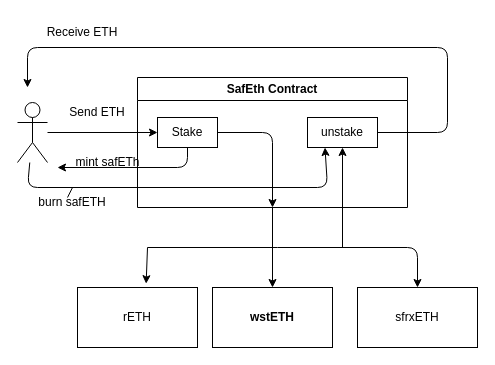
Earlier version of the draw.io diagram assets/SafEth-Architecture.drawio (asymmetryfinance/safeth). Source tidied: cells renumbered, new cells numbered last; positions are measured from the earlier drawing's top-left corner, leaving out a move shared by most shapes. Both pictures are drawn from the tidied source at 100%, with x=0, y=0 at pixel (17, 17).
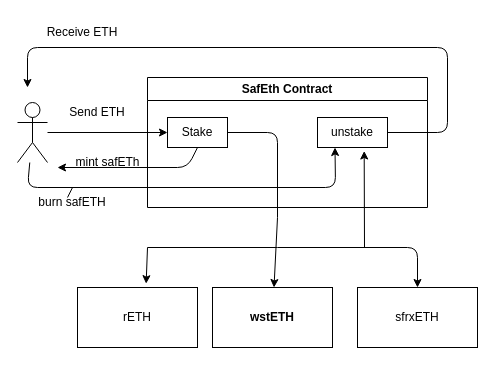
After the change.

The change refers to these unchanged cells:
```xml
<mxCell id="3" style="shape=umlActor;verticalLabelPosition=bottom;verticalAlign=top;html=1;outlineConnect=0;" parent="1" vertex="1">
  <mxGeometry y="85" width="30" height="60" as="geometry" />
</mxCell>
<mxCell id="7" value="Stake" style="rounded=0;whiteSpace=wrap;html=1;" parent="6" vertex="1">
  <mxGeometry x="20" y="40" width="60" height="30" as="geometry" />
</mxCell>
<mxCell id="8" value="unstake" style="rounded=0;whiteSpace=wrap;html=1;" parent="6" vertex="1">
  <mxGeometry x="170" y="40" width="70" height="30" as="geometry" />
</mxCell>
<mxCell id="10" value="Send ETH" style="text;html=1;strokeColor=none;fillColor=none;align=center;verticalAlign=middle;whiteSpace=wrap;rounded=0;" parent="1" vertex="1">
  <mxGeometry x="50" y="80" width="60" height="30" as="geometry" />
</mxCell>
<mxCell id="12" value="wstETH" style="whiteSpace=wrap;html=1;fontStyle=1;startSize=23;" parent="1" vertex="1">
  <mxGeometry x="195" y="270" width="120" height="60" as="geometry" />
</mxCell>
```

The edit, as a diff of the source:
```diff
@@
-    <mxCell id="4" style="edgeStyle=none;html=1;" parent="1" edge="1" source="6" target="12">
-      <mxGeometry relative="1" as="geometry" />
+    <mxCell id="4" style="edgeStyle=none;html=1;" parent="1" edge="1" target="12">
+      <mxGeometry relative="1" as="geometry">
+        <mxPoint x="260" y="200" as="sourcePoint" />
+      </mxGeometry>
     </mxCell>
@@
     <mxCell id="6" value="SafEth Contract" style="swimlane;whiteSpace=wrap;html=1;" parent="1" vertex="1">
-      <mxGeometry x="120" y="60" width="270" height="130" as="geometry" />
+      <mxGeometry x="130" y="60" width="280" height="130" as="geometry" />
     </mxCell>
@@
-    <mxCell id="9" style="endArrow=classic;html=1;exitX=1;exitY=0.5;exitDx=0;exitDy=0;entryX=0.5;entryY=1;entryDx=0;entryDy=0;" parent="6" edge="1" source="7" target="6">
-      <mxGeometry relative="1" as="geometry">
-        <Array as="points">
-          <mxPoint x="135" y="55" />
-        </Array>
-      </mxGeometry>
-    </mxCell>
@@
-    <mxCell id="19" style="endArrow=classic;html=1;entryX=0.5;entryY=1;entryDx=0;entryDy=0;" parent="1" edge="1" target="8">
+    <mxCell id="19" style="endArrow=classic;html=1;entryX=0.667;entryY=1.117;entryDx=0;entryDy=0;entryPerimeter=0;" parent="1" edge="1" target="8">
       <mxGeometry relative="1" as="geometry">
-        <mxPoint x="325" y="230" as="sourcePoint" />
+        <mxPoint x="347" y="230" as="sourcePoint" />
       </mxGeometry>
     </mxCell>
@@
     <mxCell id="22" style="endArrow=classic;html=1;entryX=0.25;entryY=1;entryDx=0;entryDy=0;" parent="1" edge="1" source="3" target="8">
       <mxGeometry relative="1" as="geometry">
         <Array as="points">
           <mxPoint x="10" y="170" />
-          <mxPoint x="310" y="170" />
+          <mxPoint x="318" y="170" />
         </Array>
       </mxGeometry>
     </mxCell>
@@
-    <mxCell id="25" style="endArrow=none;html=1;" parent="1" edge="1" target="10">
-      <mxGeometry relative="1" as="geometry">
-        <mxPoint x="90" y="110" as="sourcePoint" />
-      </mxGeometry>
-    </mxCell>
+    <mxCell id="26" style="endArrow=none;html=1;exitX=1;exitY=0.5;exitDx=0;exitDy=0;" parent="1" edge="1" source="7">
+      <mxGeometry relative="1" as="geometry">
+        <mxPoint x="260" y="200" as="targetPoint" />
+        <Array as="points">
+          <mxPoint x="260" y="115" />
+        </Array>
+      </mxGeometry>
+    </mxCell>
```
